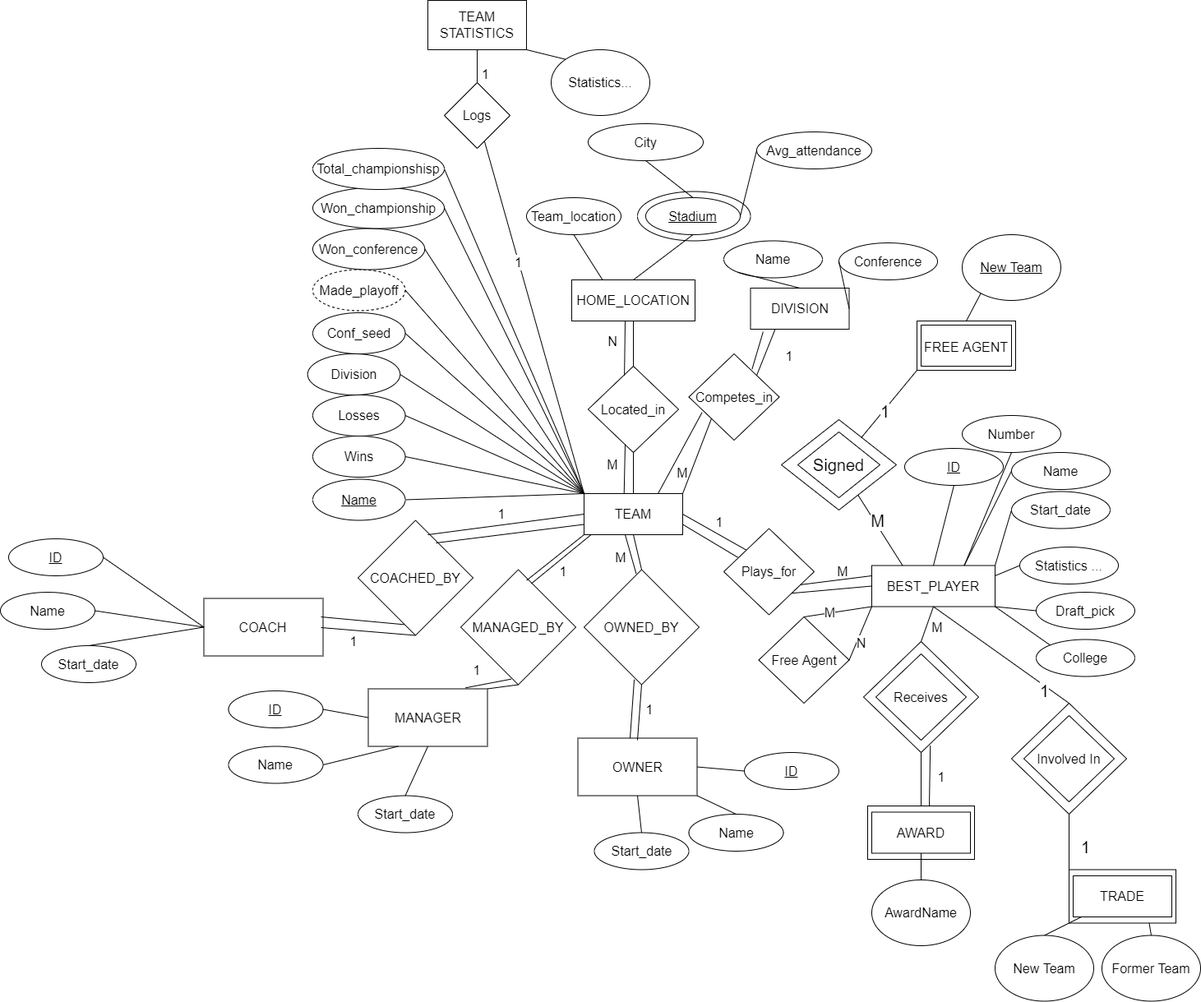
Above: Schema/NBA_DB.png in diegomess1908/NBADatabase22-23 (draw.io), before the change. Source tidied: cells renumbered, new cells last; positions are measured from the earlier drawing's top-left corner, leaving out a move shared by most shapes.
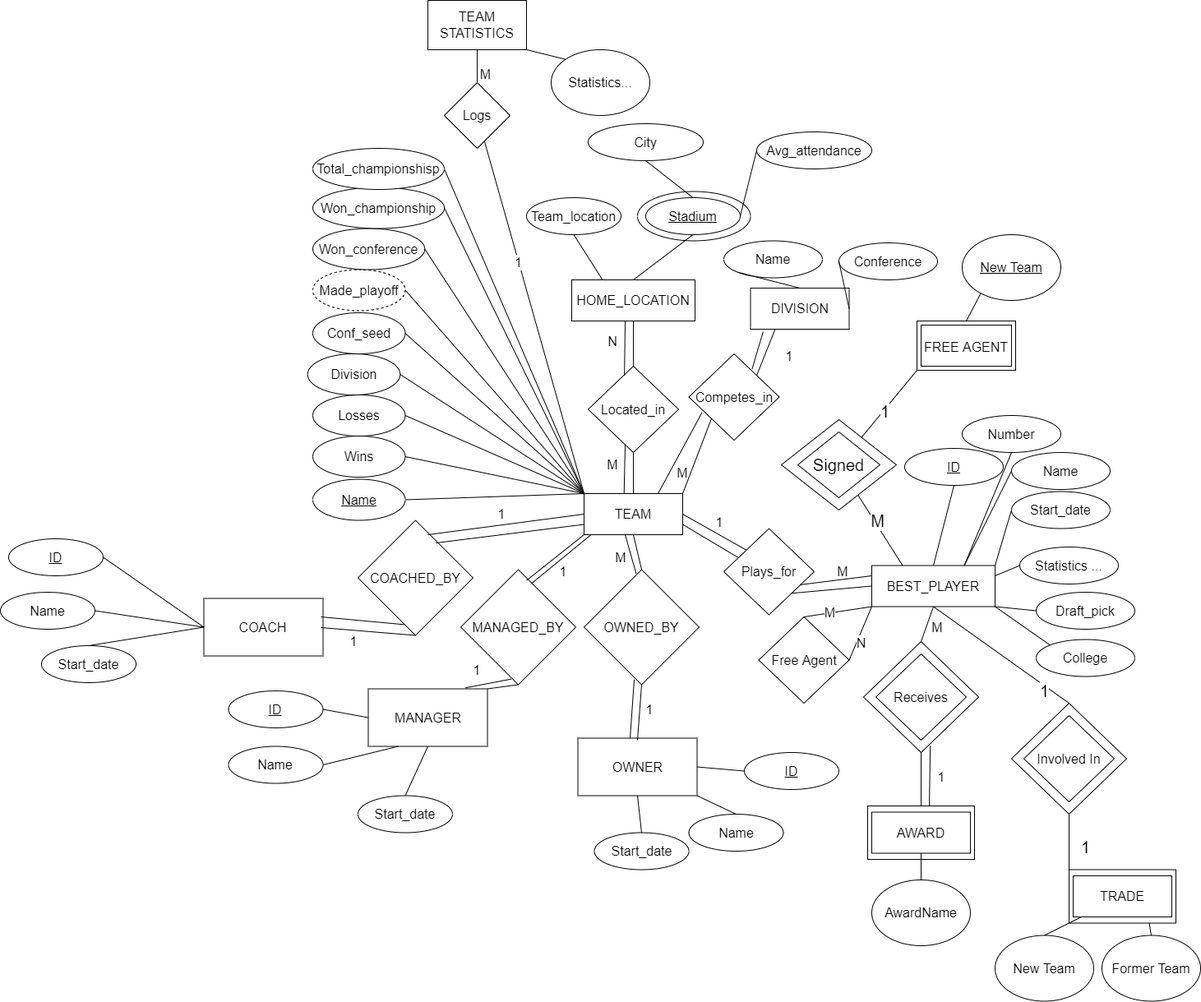
After the change.

Commit message:
final changes to relational diagram

The edit, as a diff of the source:
```diff
@@ -499,8 +499,8 @@
     <mxCell id="158" value="TEAM STATISTICS" style="rounded=0;whiteSpace=wrap;html=1;fontSize=16;fillColor=default;" parent="1" vertex="1">
       <mxGeometry x="520" width="120" height="60" as="geometry" />
     </mxCell>
-    <mxCell id="159" value="1" style="text;html=1;align=center;verticalAlign=middle;strokeColor=none;fillColor=none;fontSize=16;" parent="1" vertex="1">
-      <mxGeometry x="580" y="80" width="20" height="20" as="geometry" />
+    <mxCell id="159" value="M" style="text;html=1;align=center;verticalAlign=middle;strokeColor=none;fillColor=none;fontSize=16;" parent="1" vertex="1">
+      <mxGeometry x="575" y="80" width="30" height="20" as="geometry" />
     </mxCell>
     <mxCell id="160" value="Statistics..." style="ellipse;whiteSpace=wrap;html=1;fontSize=16;fillColor=default;" parent="1" vertex="1">
       <mxGeometry x="670" y="60" width="120" height="80" as="geometry" />
```
